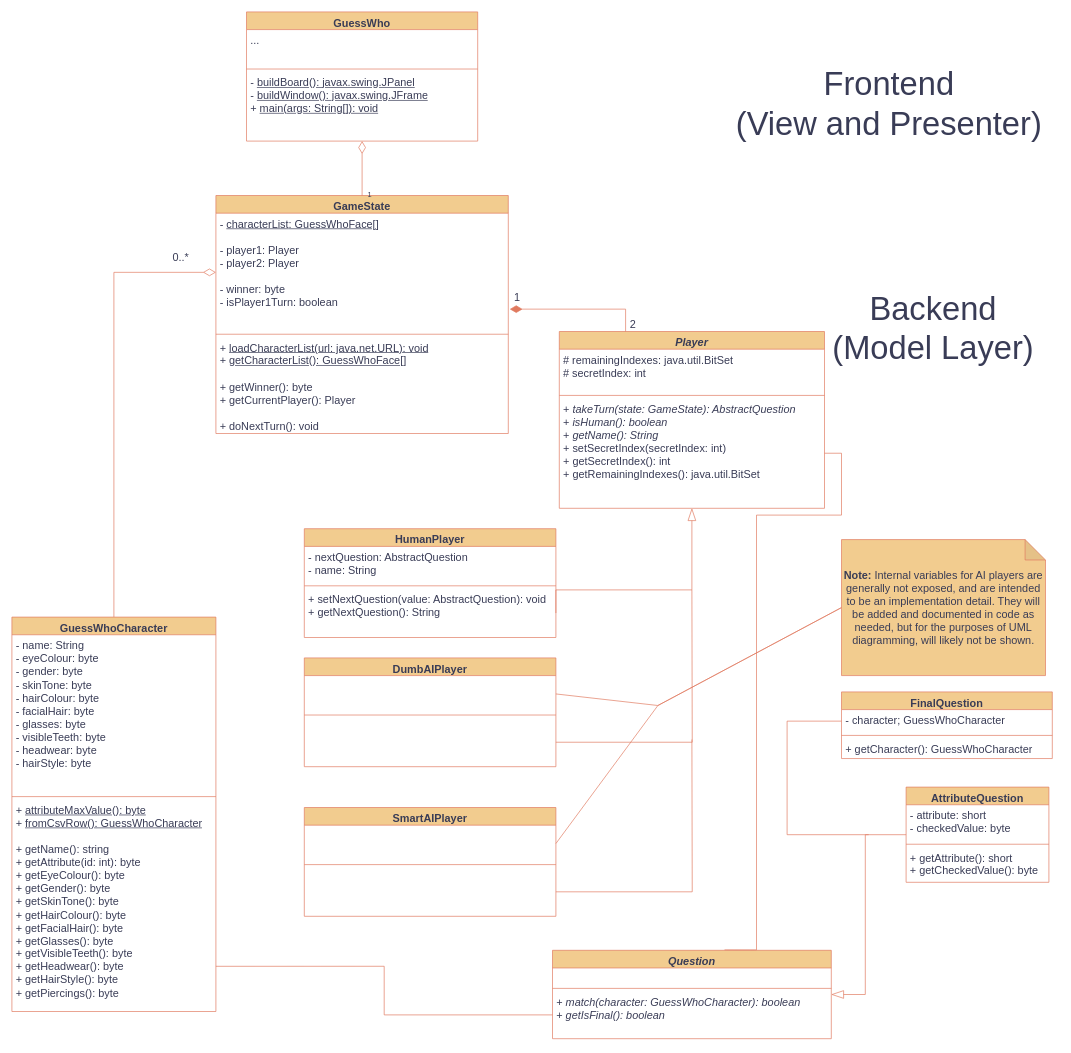
The draw.io diagram uml-diagram.drawio in jgcodes2020/GSEGuessWho, before the edit. Source tidied: cells renumbered, new cells numbered last; positions are measured from the earlier drawing's top-left corner, leaving out a move shared by most shapes. Both pictures are drawn from the tidied source at 68%, with x=0, y=0 at pixel (12, 12).
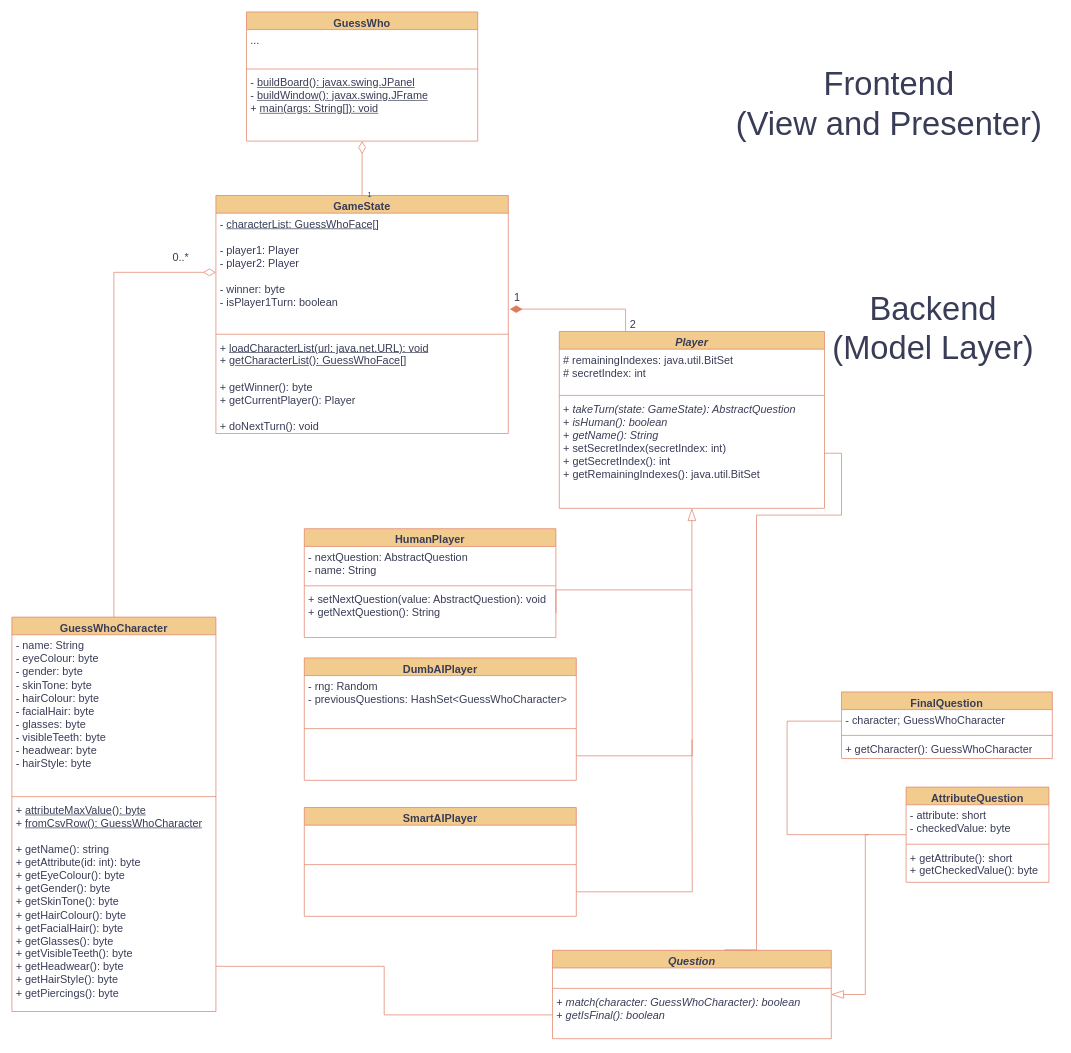
The same diagram, later.

Commit message (it also covers changes not shown here):
minor code grind

Diff of the diagram source:
```diff
@@
     <mxCell id="44" value="DumbAIPlayer" style="swimlane;fontStyle=1;align=center;verticalAlign=top;horizontal=1;startSize=26;whiteSpace=wrap;html=1;fontSize=16;labelBackgroundColor=none;fillColor=#F2CC8F;strokeColor=#E07A5F;fontColor=#393C56;rounded=0;" parent="1" vertex="1">
-      <mxGeometry x="430" y="950" width="370" height="160" as="geometry" />
+      <mxGeometry x="430" y="950" width="400" height="180" as="geometry" />
     </mxCell>
-    <mxCell id="45" value="&lt;br&gt;" style="text;strokeColor=none;fillColor=none;align=left;verticalAlign=top;spacingLeft=4;spacingRight=4;overflow=hidden;points=[[0,0.5],[1,0.5]];portConstraint=eastwest;whiteSpace=wrap;html=1;fontSize=16;labelBackgroundColor=none;fontColor=#393C56;rounded=0;" parent="44" vertex="1">
-      <mxGeometry y="26" width="370" height="54" as="geometry" />
+    <mxCell id="45" value="- rng: Random&lt;br&gt;- previousQuestions: HashSet&amp;lt;GuessWhoCharacter&amp;gt;" style="text;strokeColor=none;fillColor=none;align=left;verticalAlign=top;spacingLeft=4;spacingRight=4;overflow=hidden;points=[[0,0.5],[1,0.5]];portConstraint=eastwest;whiteSpace=wrap;html=1;fontSize=16;labelBackgroundColor=none;fontColor=#393C56;rounded=0;" parent="44" vertex="1">
+      <mxGeometry y="26" width="400" height="74" as="geometry" />
     </mxCell>
     <mxCell id="46" style="line;strokeWidth=1;fillColor=none;align=left;verticalAlign=middle;spacingTop=-1;spacingLeft=3;spacingRight=3;labelPosition=right;strokeColor=#E07A5F;fontSize=16;labelBackgroundColor=none;fontColor=#393C56;rounded=0;" parent="44" vertex="1">
-      <mxGeometry y="80" width="370" height="8" as="geometry" />
+      <mxGeometry y="100" width="400" height="8" as="geometry" />
     </mxCell>
@@
     <mxCell id="48" value="&lt;br&gt;" style="text;strokeColor=none;fillColor=none;align=left;verticalAlign=top;spacingLeft=4;spacingRight=4;overflow=hidden;points=[[0,0.5],[1,0.5]];portConstraint=eastwest;whiteSpace=wrap;html=1;fontSize=16;labelBackgroundColor=none;fontColor=#393C56;rounded=0;" parent="44" vertex="1">
-      <mxGeometry y="88" width="370" height="72" as="geometry" />
+      <mxGeometry y="108" width="400" height="72" as="geometry" />
     </mxCell>
@@
-    <mxCell id="52" style="rounded=0;jettySize=auto;html=1;exitX=0;exitY=0.5;exitDx=0;exitDy=0;exitPerimeter=0;entryX=1;entryY=0.5;entryDx=0;entryDy=0;strokeColor=#E07A5F;fontColor=#393C56;fillColor=#F2CC8F;endArrow=none;endFill=0;" parent="1" edge="1" source="54" target="45">
-      <mxGeometry relative="1" as="geometry">
-        <Array as="points">
-          <mxPoint x="950" y="1020" />
-        </Array>
-      </mxGeometry>
-    </mxCell>
-    <mxCell id="53" style="rounded=0;jettySize=auto;html=1;exitX=0;exitY=0.5;exitDx=0;exitDy=0;exitPerimeter=0;entryX=1;entryY=0.5;entryDx=0;entryDy=0;strokeColor=#E07A5F;fontColor=#393C56;fillColor=#F2CC8F;endArrow=none;endFill=0;" parent="1" edge="1" source="54" target="56">
-      <mxGeometry relative="1" as="geometry">
-        <Array as="points">
-          <mxPoint x="950" y="1020" />
-        </Array>
-      </mxGeometry>
-    </mxCell>
-    <mxCell id="54" value="&lt;font style=&quot;font-size: 16px;&quot;&gt;&lt;b&gt;Note:&lt;/b&gt; Internal variables for AI players are generally not exposed, and are intended to be an implementation detail. They will be added and documented in code as needed, but for the purposes of UML diagramming, will likely not be shown.&lt;br&gt;&lt;/font&gt;" style="shape=note;whiteSpace=wrap;html=1;backgroundOutline=1;darkOpacity=0.05;labelBackgroundColor=none;fillColor=#F2CC8F;strokeColor=#E07A5F;fontColor=#393C56;rounded=0;" parent="1" vertex="1">
-      <mxGeometry x="1220" y="776" width="300" height="200" as="geometry" />
-    </mxCell>
     <mxCell id="55" value="SmartAIPlayer" style="swimlane;fontStyle=1;align=center;verticalAlign=top;horizontal=1;startSize=26;whiteSpace=wrap;html=1;fontSize=16;labelBackgroundColor=none;fillColor=#F2CC8F;strokeColor=#E07A5F;fontColor=#393C56;rounded=0;" parent="1" vertex="1">
-      <mxGeometry x="430" y="1170" width="370" height="160" as="geometry" />
+      <mxGeometry x="430" y="1170" width="400" height="160" as="geometry" />
     </mxCell>
     <mxCell id="56" value="&lt;br&gt;" style="text;strokeColor=none;fillColor=none;align=left;verticalAlign=top;spacingLeft=4;spacingRight=4;overflow=hidden;points=[[0,0.5],[1,0.5]];portConstraint=eastwest;whiteSpace=wrap;html=1;fontSize=16;labelBackgroundColor=none;fontColor=#393C56;rounded=0;" parent="55" vertex="1">
-      <mxGeometry y="26" width="370" height="54" as="geometry" />
+      <mxGeometry y="26" width="400" height="54" as="geometry" />
     </mxCell>
     <mxCell id="57" style="line;strokeWidth=1;fillColor=none;align=left;verticalAlign=middle;spacingTop=-1;spacingLeft=3;spacingRight=3;labelPosition=right;strokeColor=#E07A5F;fontSize=16;labelBackgroundColor=none;fontColor=#393C56;rounded=0;" parent="55" vertex="1">
-      <mxGeometry y="80" width="370" height="8" as="geometry" />
+      <mxGeometry y="80" width="400" height="8" as="geometry" />
     </mxCell>
@@
     <mxCell id="59" value="&lt;br&gt;" style="text;strokeColor=none;fillColor=none;align=left;verticalAlign=top;spacingLeft=4;spacingRight=4;overflow=hidden;points=[[0,0.5],[1,0.5]];portConstraint=eastwest;whiteSpace=wrap;html=1;fontSize=16;labelBackgroundColor=none;fontColor=#393C56;rounded=0;" parent="55" vertex="1">
-      <mxGeometry y="88" width="370" height="72" as="geometry" />
+      <mxGeometry y="88" width="400" height="72" as="geometry" />
     </mxCell>
```
